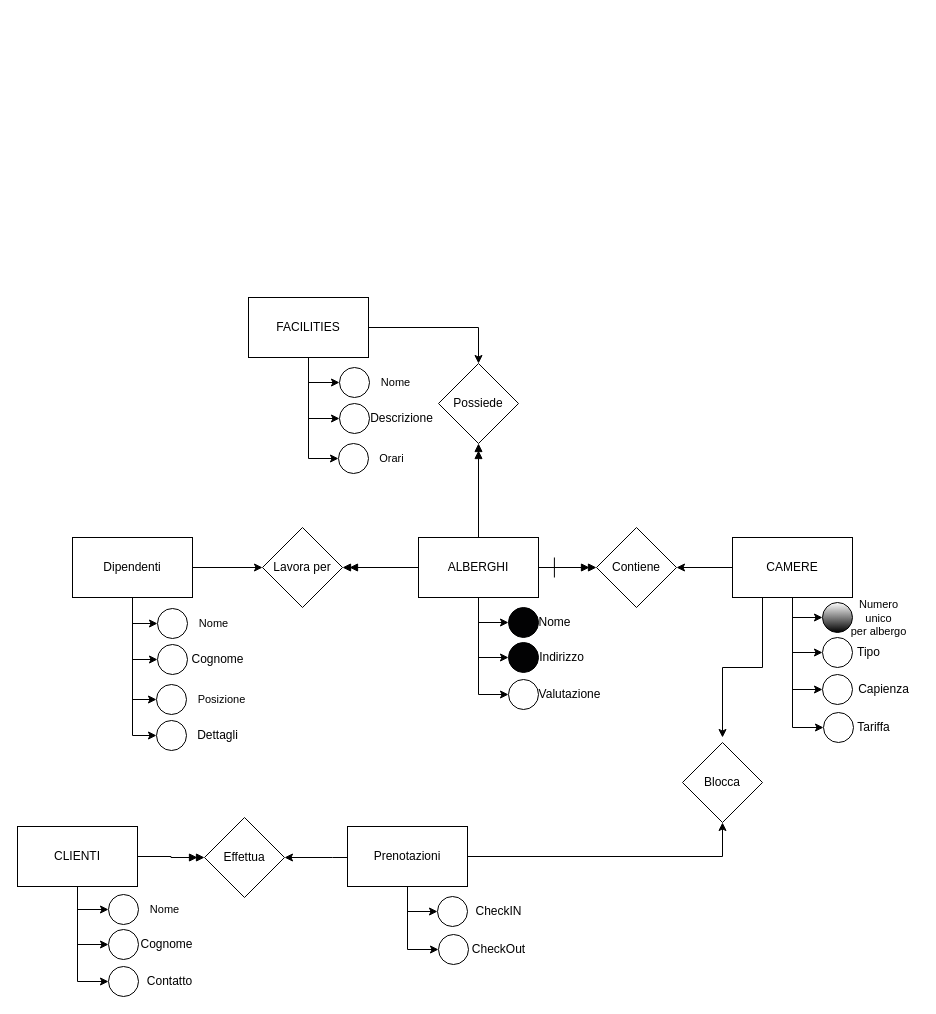
Earlier version of the draw.io diagram EsercizioSQL/Diagramma senza titolo.drawio (Matteo2492/Esercizi). Source tidied: cells renumbered, new cells numbered last; positions are measured from the earlier drawing's top-left corner, leaving out a move shared by most shapes. Both pictures are drawn from the tidied source at 100%, with x=0, y=0 at pixel (17, 297).
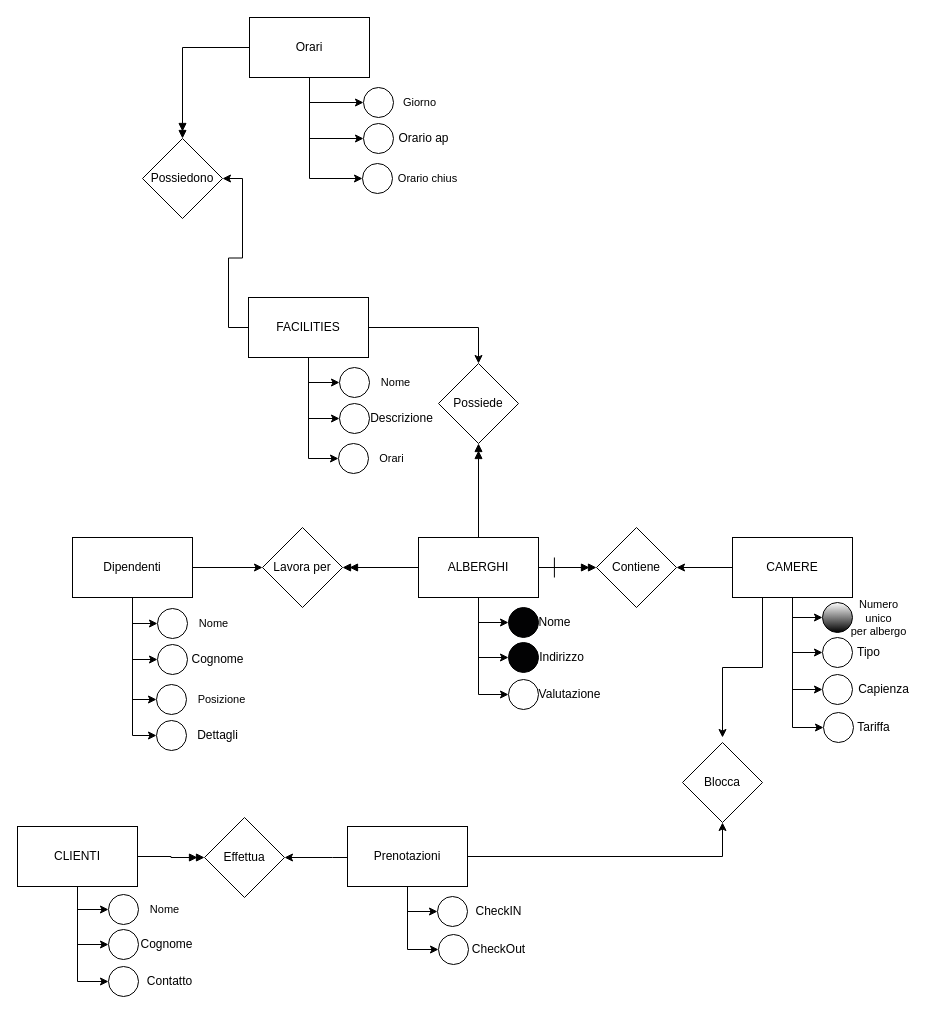
The same diagram, later.

The change refers to these unchanged cells:
```xml
<mxCell id="36" value="FACILITIES" style="rounded=0;whiteSpace=wrap;html=1;" parent="1" vertex="1">
  <mxGeometry x="231" width="120" height="60" as="geometry" />
</mxCell>
```

The edit, as a diff of the source:
```diff
@@
+    <mxCell id="81" style="edgeStyle=orthogonalEdgeStyle;rounded=0;jettySize=auto;html=1;entryX=1;entryY=0.5;entryDx=0;entryDy=0;" parent="1" edge="1" source="36" target="93">
+      <mxGeometry relative="1" as="geometry" />
+    </mxCell>
@@
+    <mxCell id="82" style="edgeStyle=orthogonalEdgeStyle;rounded=0;jettySize=auto;html=1;entryX=0;entryY=0.5;entryDx=0;entryDy=0;" parent="1" edge="1" source="86" target="87">
+      <mxGeometry relative="1" as="geometry" />
+    </mxCell>
+    <mxCell id="83" style="edgeStyle=orthogonalEdgeStyle;rounded=0;jettySize=auto;html=1;entryX=0;entryY=0.5;entryDx=0;entryDy=0;" parent="1" edge="1" source="86" target="89">
+      <mxGeometry relative="1" as="geometry" />
+    </mxCell>
+    <mxCell id="84" style="edgeStyle=orthogonalEdgeStyle;rounded=0;jettySize=auto;html=1;entryX=0;entryY=0.5;entryDx=0;entryDy=0;" parent="1" edge="1" source="86" target="91">
+      <mxGeometry relative="1" as="geometry" />
+    </mxCell>
+    <mxCell id="85" style="edgeStyle=orthogonalEdgeStyle;rounded=0;jettySize=auto;html=1;entryX=0.5;entryY=0;entryDx=0;entryDy=0;endArrow=doubleBlock;endFill=1;" parent="1" edge="1" source="86" target="93">
+      <mxGeometry relative="1" as="geometry" />
+    </mxCell>
+    <mxCell id="86" value="Orari" style="rounded=0;whiteSpace=wrap;html=1;" parent="1" vertex="1">
+      <mxGeometry x="232" y="-280" width="120" height="60" as="geometry" />
+    </mxCell>
+    <mxCell id="87" style="ellipse;whiteSpace=wrap;html=1;" parent="1" vertex="1">
+      <mxGeometry x="346" y="-210" width="30" height="30" as="geometry" />
+    </mxCell>
+    <mxCell id="88" value="&lt;span style=&quot;font-size: 11px;&quot;&gt;Giorno&lt;/span&gt;" style="text;html=1;align=center;verticalAlign=middle;strokeColor=none;fillColor=none;" parent="1" vertex="1">
+      <mxGeometry x="372" y="-210" width="60" height="30" as="geometry" />
+    </mxCell>
+    <mxCell id="89" style="ellipse;whiteSpace=wrap;html=1;" parent="1" vertex="1">
+      <mxGeometry x="346" y="-174" width="30" height="30" as="geometry" />
+    </mxCell>
+    <mxCell id="90" value="Orario ap" style="text;html=1;align=center;verticalAlign=middle;strokeColor=none;fillColor=none;" parent="1" vertex="1">
+      <mxGeometry x="371" y="-174" width="70" height="30" as="geometry" />
+    </mxCell>
+    <mxCell id="91" style="ellipse;whiteSpace=wrap;html=1;" parent="1" vertex="1">
+      <mxGeometry x="345" y="-134" width="30" height="30" as="geometry" />
+    </mxCell>
+    <mxCell id="92" value="&lt;span style=&quot;font-size: 11px;&quot;&gt;Orario chius&lt;/span&gt;" style="text;html=1;align=center;verticalAlign=middle;strokeColor=none;fillColor=none;" parent="1" vertex="1">
+      <mxGeometry x="370" y="-134" width="80" height="30" as="geometry" />
+    </mxCell>
+    <mxCell id="93" value="Possiedono" style="rhombus;whiteSpace=wrap;html=1;" parent="1" vertex="1">
+      <mxGeometry x="125" y="-159" width="80" height="80" as="geometry" />
+    </mxCell>
```
